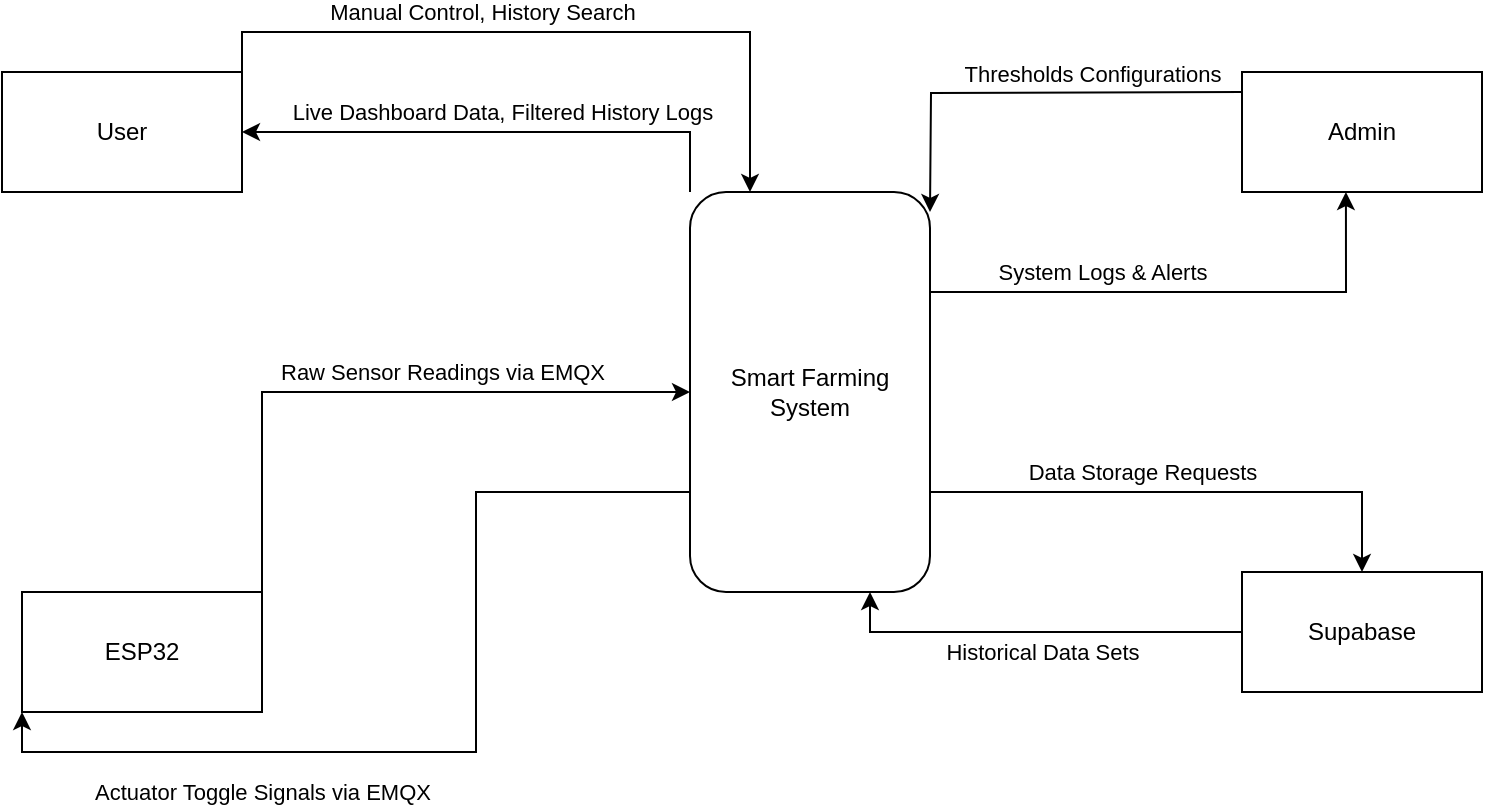
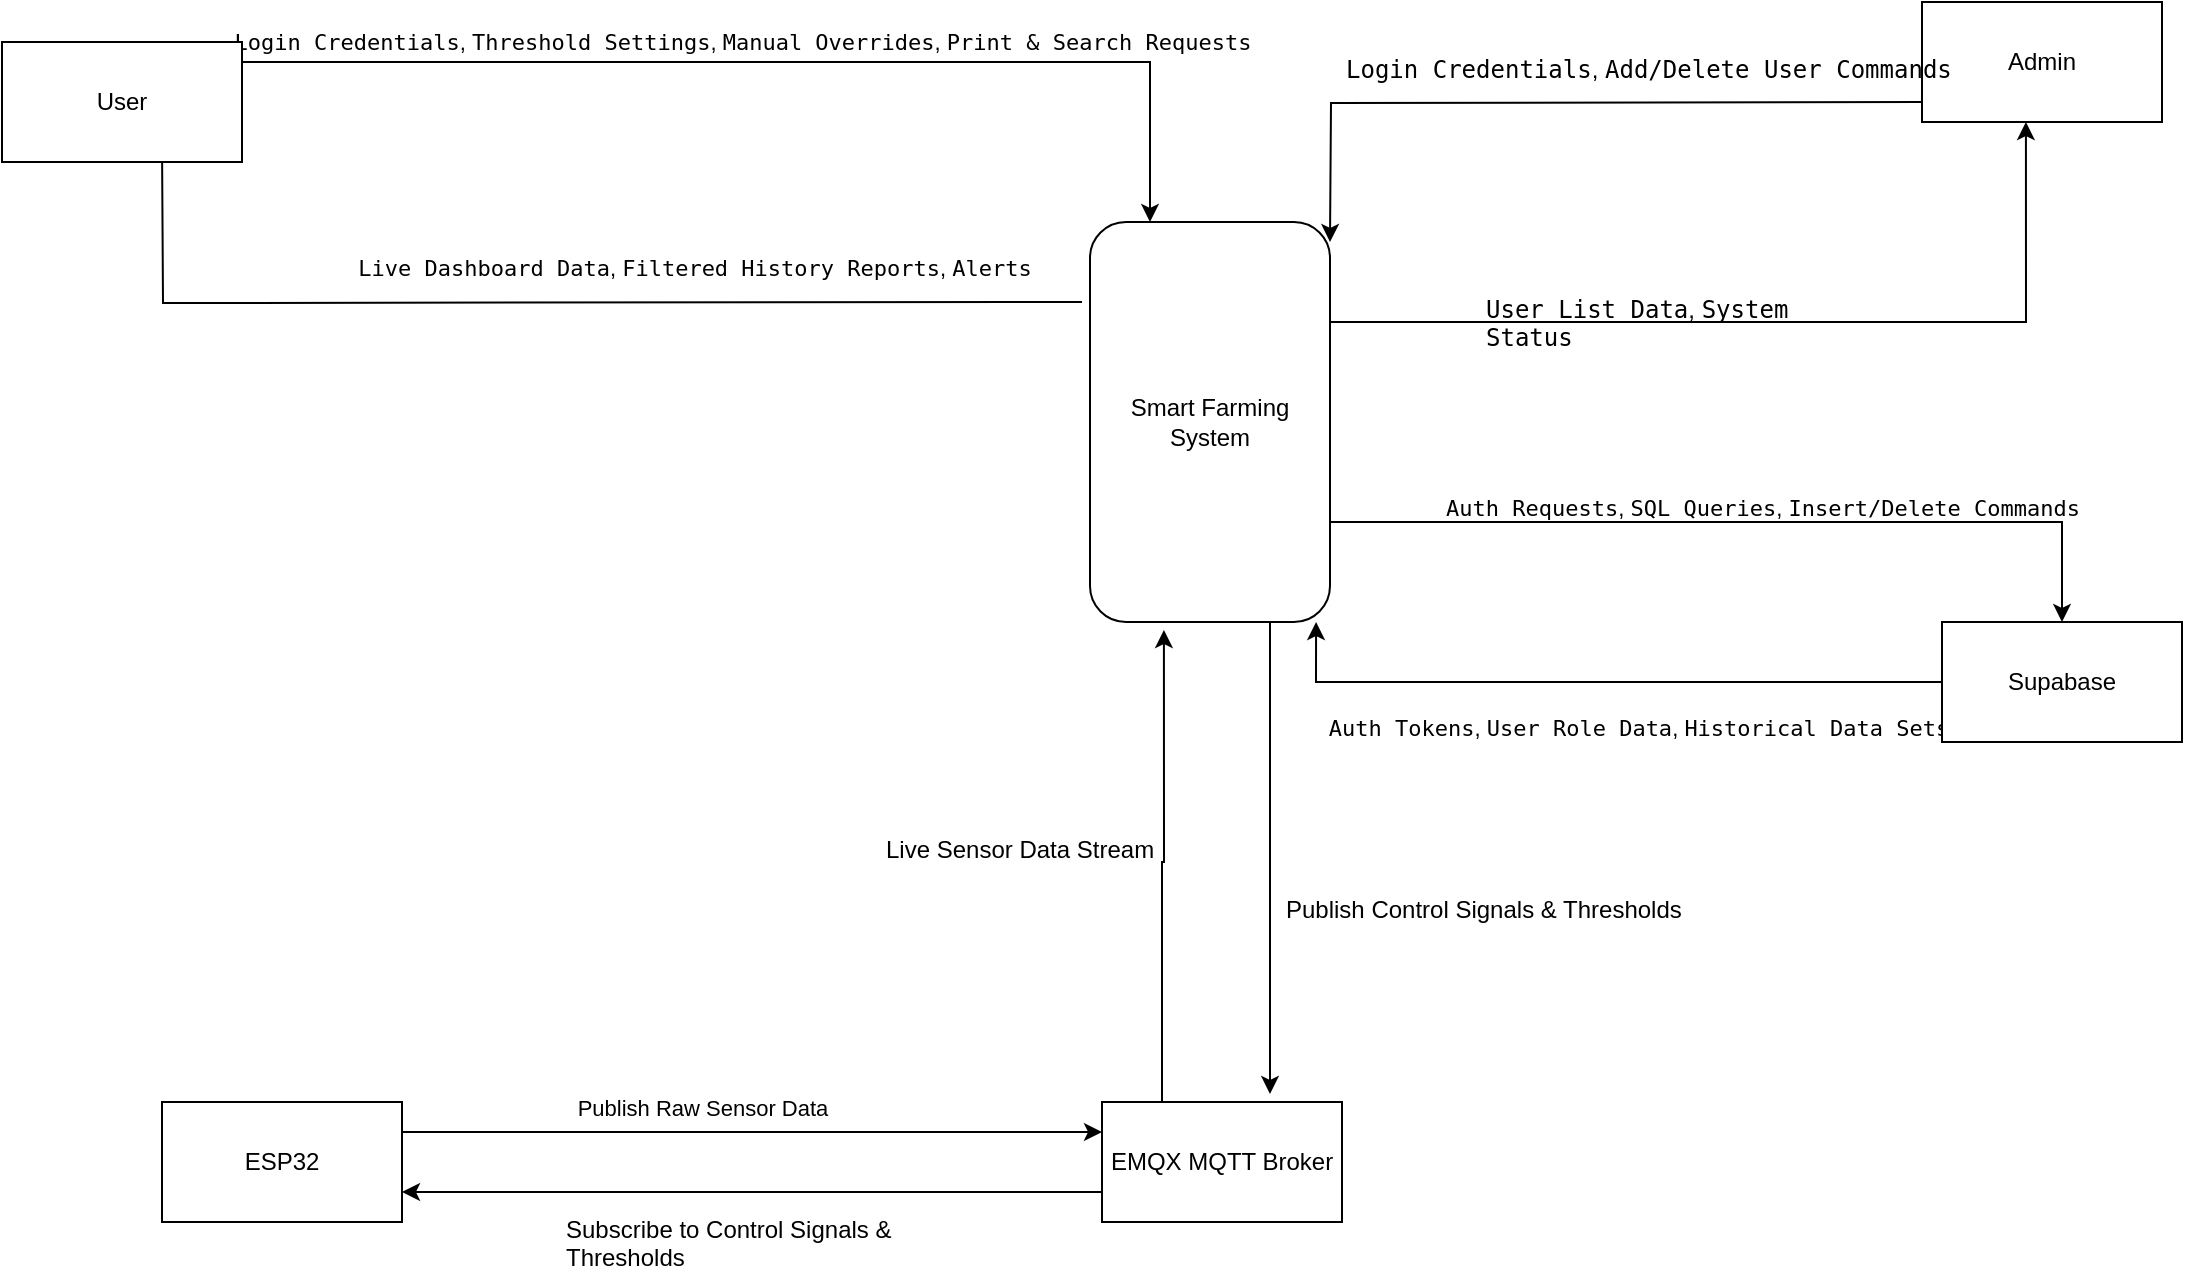
<mxfile host="app.diagrams.net">
  <diagram name="Page-1" id="sCEsYFMOjktbgnTE94UR">
-     <mxGraphModel dx="1414" dy="823" grid="1" gridSize="10" guides="1" tooltips="1" connect="1" arrows="1" fold="1" page="1" pageScale="1" pageWidth="827" pageHeight="1169" math="0" shadow="0">
+     <mxGraphModel dx="2241" dy="823" grid="1" gridSize="10" guides="1" tooltips="1" connect="1" arrows="1" fold="1" page="1" pageScale="1" pageWidth="827" pageHeight="1169" math="0" shadow="0">
      <root>
        <mxCell id="0" />
        <mxCell id="1" parent="0" />
-         <mxCell id="LlnEo-sMphmvMNvhuM7k-14" edge="1" parent="1" source="LlnEo-sMphmvMNvhuM7k-2" style="edgeStyle=orthogonalEdgeStyle;rounded=0;orthogonalLoop=1;jettySize=auto;html=1;exitX=0;exitY=0;exitDx=0;exitDy=0;entryX=1;entryY=0.5;entryDx=0;entryDy=0;" target="LlnEo-sMphmvMNvhuM7k-3">
-           <mxGeometry relative="1" as="geometry" />
-         </mxCell>
-         <mxCell id="LlnEo-sMphmvMNvhuM7k-17" connectable="0" parent="LlnEo-sMphmvMNvhuM7k-14" style="edgeLabel;html=1;align=center;verticalAlign=middle;resizable=0;points=[];" value="Live Dashboard Data, Filtered History Logs" vertex="1">
-           <mxGeometry relative="1" x="-0.3937" as="geometry">
-             <mxPoint x="-47" y="-10" as="offset" />
+         <mxCell id="LlnEo-sMphmvMNvhuM7k-14" edge="1" parent="1" style="edgeStyle=orthogonalEdgeStyle;rounded=0;orthogonalLoop=1;jettySize=auto;html=1;entryX=1;entryY=0.5;entryDx=0;entryDy=0;">
+           <mxGeometry relative="1" as="geometry">
+             <mxPoint x="350" y="310" as="sourcePoint" />
+             <mxPoint x="-110" y="230" as="targetPoint" />
          </mxGeometry>
        </mxCell>
-         <mxCell id="LlnEo-sMphmvMNvhuM7k-24" edge="1" parent="1" source="LlnEo-sMphmvMNvhuM7k-2" style="edgeStyle=orthogonalEdgeStyle;rounded=0;orthogonalLoop=1;jettySize=auto;html=1;exitX=0;exitY=0.75;exitDx=0;exitDy=0;entryX=0;entryY=1;entryDx=0;entryDy=0;" target="LlnEo-sMphmvMNvhuM7k-5">
-           <mxGeometry relative="1" as="geometry" />
-         </mxCell>
-         <mxCell id="LlnEo-sMphmvMNvhuM7k-25" connectable="0" parent="LlnEo-sMphmvMNvhuM7k-24" style="edgeLabel;html=1;align=center;verticalAlign=middle;resizable=0;points=[];" value="Actuator Toggle Signals via EMQX" vertex="1">
-           <mxGeometry relative="1" x="0.281" y="3" as="geometry">
-             <mxPoint x="-34" y="17" as="offset" />
+         <mxCell id="LlnEo-sMphmvMNvhuM7k-17" connectable="0" parent="LlnEo-sMphmvMNvhuM7k-14" style="edgeLabel;html=1;align=center;verticalAlign=middle;resizable=0;points=[];labelBackgroundColor=none;" value="&#xa;&lt;code data-path-to-node=&quot;7,1,0&quot; data-index-in-node=&quot;19&quot;&gt;Live Dashboard Data&lt;/code&gt;, &lt;code data-path-to-node=&quot;7,1,0&quot; data-index-in-node=&quot;40&quot;&gt;Filtered History Reports&lt;/code&gt;, &lt;code data-path-to-node=&quot;7,1,0&quot; data-index-in-node=&quot;66&quot;&gt;Alerts&lt;/code&gt;&#xa;&#xa;" vertex="1">
+           <mxGeometry relative="1" x="-0.3937" as="geometry">
+             <mxPoint x="-31" y="-10" as="offset" />
          </mxGeometry>
        </mxCell>
        <mxCell id="LlnEo-sMphmvMNvhuM7k-33" edge="1" parent="1" source="LlnEo-sMphmvMNvhuM7k-2" style="edgeStyle=orthogonalEdgeStyle;rounded=0;orthogonalLoop=1;jettySize=auto;html=1;exitX=1;exitY=0.75;exitDx=0;exitDy=0;entryX=0.5;entryY=0;entryDx=0;entryDy=0;" target="LlnEo-sMphmvMNvhuM7k-6">
          <mxGeometry relative="1" as="geometry" />
        </mxCell>
-         <mxCell id="LlnEo-sMphmvMNvhuM7k-34" connectable="0" parent="LlnEo-sMphmvMNvhuM7k-33" style="edgeLabel;html=1;align=center;verticalAlign=middle;resizable=0;points=[];" value="Data Storage Requests" vertex="1">
+         <mxCell id="LlnEo-sMphmvMNvhuM7k-34" connectable="0" parent="LlnEo-sMphmvMNvhuM7k-33" style="edgeLabel;html=1;align=center;verticalAlign=middle;resizable=0;points=[];labelBackgroundColor=none;" value="&#xa;&lt;code data-path-to-node=&quot;10,0,0&quot; data-index-in-node=&quot;21&quot;&gt;Auth Requests&lt;/code&gt;, &lt;code data-path-to-node=&quot;10,0,0&quot; data-index-in-node=&quot;36&quot;&gt;SQL Queries&lt;/code&gt;, &lt;code data-path-to-node=&quot;10,0,0&quot; data-index-in-node=&quot;49&quot;&gt;Insert/Delete Commands&lt;/code&gt;&#xa;&#xa;" vertex="1">
          <mxGeometry relative="1" x="-0.4062" y="2" as="geometry">
-             <mxPoint x="30" y="-8" as="offset" />
+             <mxPoint x="92" y="2" as="offset" />
          </mxGeometry>
        </mxCell>
        <mxCell id="LlnEo-sMphmvMNvhuM7k-2" parent="1" style="rounded=1;whiteSpace=wrap;html=1;" value="Smart Farming System" vertex="1">
          <mxGeometry height="200" width="120" x="354" y="270" as="geometry" />
        </mxCell>
        <mxCell id="LlnEo-sMphmvMNvhuM7k-12" edge="1" parent="1" source="LlnEo-sMphmvMNvhuM7k-3" style="edgeStyle=orthogonalEdgeStyle;rounded=0;orthogonalLoop=1;jettySize=auto;html=1;exitX=1;exitY=0;exitDx=0;exitDy=0;entryX=0.25;entryY=0;entryDx=0;entryDy=0;" target="LlnEo-sMphmvMNvhuM7k-2">
-           <mxGeometry relative="1" as="geometry" />
+           <mxGeometry relative="1" as="geometry">
+             <Array as="points">
+               <mxPoint x="-70" y="190" />
+               <mxPoint x="384" y="190" />
+             </Array>
+           </mxGeometry>
        </mxCell>
-         <mxCell id="LlnEo-sMphmvMNvhuM7k-13" connectable="0" parent="LlnEo-sMphmvMNvhuM7k-12" style="edgeLabel;html=1;align=center;verticalAlign=middle;resizable=0;points=[];" value="Manual Control, History Search" vertex="1">
+         <mxCell id="LlnEo-sMphmvMNvhuM7k-13" connectable="0" parent="LlnEo-sMphmvMNvhuM7k-12" style="edgeLabel;html=1;align=center;verticalAlign=middle;resizable=0;points=[];" value="&lt;code data-path-to-node=&quot;7,0,0&quot; data-index-in-node=&quot;24&quot;&gt;Login Credentials&lt;/code&gt;, &lt;code data-path-to-node=&quot;7,0,0&quot; data-index-in-node=&quot;43&quot;&gt;Threshold Settings&lt;/code&gt;, &lt;code data-path-to-node=&quot;7,0,0&quot; data-index-in-node=&quot;63&quot;&gt;Manual Overrides&lt;/code&gt;, &lt;code data-path-to-node=&quot;7,0,0&quot; data-index-in-node=&quot;81&quot;&gt;Print &amp;amp; Search Requests&lt;/code&gt;" vertex="1">
          <mxGeometry relative="1" x="-0.3672" y="3" as="geometry">
-             <mxPoint x="28" y="-7" as="offset" />
+             <mxPoint x="88" y="-7" as="offset" />
          </mxGeometry>
        </mxCell>
        <mxCell id="LlnEo-sMphmvMNvhuM7k-3" parent="1" style="rounded=0;whiteSpace=wrap;html=1;" value="User" vertex="1">
-           <mxGeometry height="60" width="120" x="10" y="210" as="geometry" />
+           <mxGeometry height="60" width="120" x="-190" y="180" as="geometry" />
        </mxCell>
-         <mxCell id="LlnEo-sMphmvMNvhuM7k-18" edge="1" parent="1" style="edgeStyle=orthogonalEdgeStyle;rounded=0;orthogonalLoop=1;jettySize=auto;html=1;exitX=0;exitY=0;exitDx=0;exitDy=0;entryX=1;entryY=0;entryDx=0;entryDy=0;">
+         <mxCell id="LlnEo-sMphmvMNvhuM7k-18" edge="1" parent="1" style="edgeStyle=orthogonalEdgeStyle;rounded=0;orthogonalLoop=1;jettySize=auto;html=1;entryX=1;entryY=0;entryDx=0;entryDy=0;">
          <mxGeometry relative="1" as="geometry">
-             <mxPoint x="630" y="220" as="sourcePoint" />
+             <mxPoint x="770" y="210" as="sourcePoint" />
            <mxPoint x="474" y="280" as="targetPoint" />
          </mxGeometry>
        </mxCell>
-         <mxCell id="LlnEo-sMphmvMNvhuM7k-19" connectable="0" parent="LlnEo-sMphmvMNvhuM7k-18" style="edgeLabel;html=1;align=center;verticalAlign=middle;resizable=0;points=[];" value="Thresholds Configurations" vertex="1">
-           <mxGeometry relative="1" x="0.2031" y="-3" as="geometry">
-             <mxPoint x="54" y="-7" as="offset" />
-           </mxGeometry>
+         <mxCell id="LlnEo-sMphmvMNvhuM7k-4" parent="1" style="rounded=0;whiteSpace=wrap;html=1;" value="Admin" vertex="1">
+           <mxGeometry height="60" width="120" x="770" y="160" as="geometry" />
        </mxCell>
-         <mxCell id="LlnEo-sMphmvMNvhuM7k-4" parent="1" style="rounded=0;whiteSpace=wrap;html=1;" value="Admin" vertex="1">
-           <mxGeometry height="60" width="120" x="630" y="210" as="geometry" />
-         </mxCell>
-         <mxCell id="LlnEo-sMphmvMNvhuM7k-22" edge="1" parent="1" source="LlnEo-sMphmvMNvhuM7k-5" style="edgeStyle=orthogonalEdgeStyle;rounded=0;orthogonalLoop=1;jettySize=auto;html=1;exitX=1;exitY=0;exitDx=0;exitDy=0;" target="LlnEo-sMphmvMNvhuM7k-2">
-           <mxGeometry relative="1" as="geometry" />
-         </mxCell>
-         <mxCell id="LlnEo-sMphmvMNvhuM7k-23" connectable="0" parent="LlnEo-sMphmvMNvhuM7k-22" style="edgeLabel;html=1;align=center;verticalAlign=middle;resizable=0;points=[];" value="Raw Sensor Readings via EMQX" vertex="1">
-           <mxGeometry relative="1" x="-0.0446" y="1" as="geometry">
-             <mxPoint x="40" y="-9" as="offset" />
+         <mxCell id="aqQW5hXwmNJmYjHlGQAn-10" edge="1" parent="1" source="LlnEo-sMphmvMNvhuM7k-5" style="edgeStyle=orthogonalEdgeStyle;rounded=0;orthogonalLoop=1;jettySize=auto;html=1;exitX=1;exitY=0.25;exitDx=0;exitDy=0;entryX=0;entryY=0.25;entryDx=0;entryDy=0;labelBackgroundColor=none;" target="aqQW5hXwmNJmYjHlGQAn-4" value="&#xa;Publish Raw Sensor Data&#xa;&#xa;">
+           <mxGeometry relative="1" x="-0.1429" y="5" as="geometry">
+             <mxPoint as="offset" />
          </mxGeometry>
        </mxCell>
        <mxCell id="LlnEo-sMphmvMNvhuM7k-5" parent="1" style="rounded=0;whiteSpace=wrap;html=1;" value="ESP32" vertex="1">
-           <mxGeometry height="60" width="120" x="20" y="470" as="geometry" />
+           <mxGeometry height="60" width="120" x="-110" y="710" as="geometry" />
        </mxCell>
-         <mxCell id="LlnEo-sMphmvMNvhuM7k-29" edge="1" parent="1" source="LlnEo-sMphmvMNvhuM7k-6" style="edgeStyle=orthogonalEdgeStyle;rounded=0;orthogonalLoop=1;jettySize=auto;html=1;entryX=0.75;entryY=1;entryDx=0;entryDy=0;" target="LlnEo-sMphmvMNvhuM7k-2">
+         <mxCell id="LlnEo-sMphmvMNvhuM7k-29" edge="1" parent="1" source="LlnEo-sMphmvMNvhuM7k-6" style="edgeStyle=orthogonalEdgeStyle;rounded=0;orthogonalLoop=1;jettySize=auto;html=1;entryX=0.942;entryY=1;entryDx=0;entryDy=0;entryPerimeter=0;" target="LlnEo-sMphmvMNvhuM7k-2">
          <mxGeometry relative="1" as="geometry" />
        </mxCell>
-         <mxCell id="LlnEo-sMphmvMNvhuM7k-30" connectable="0" parent="LlnEo-sMphmvMNvhuM7k-29" style="edgeLabel;html=1;align=center;verticalAlign=middle;resizable=0;points=[];" value="Historical Data Sets" vertex="1">
+         <mxCell id="LlnEo-sMphmvMNvhuM7k-30" connectable="0" parent="LlnEo-sMphmvMNvhuM7k-29" style="edgeLabel;html=1;align=center;verticalAlign=middle;resizable=0;points=[];labelBackgroundColor=none;" value="&#xa;&lt;code data-path-to-node=&quot;10,1,0&quot; data-index-in-node=&quot;22&quot;&gt;Auth Tokens&lt;/code&gt;, &lt;code data-path-to-node=&quot;10,1,0&quot; data-index-in-node=&quot;35&quot;&gt;User Role Data&lt;/code&gt;, &lt;code data-path-to-node=&quot;10,1,0&quot; data-index-in-node=&quot;51&quot;&gt;Historical Data Sets&lt;/code&gt;&#xa;&#xa;" vertex="1">
          <mxGeometry relative="1" x="0.5243" y="3" as="geometry">
-             <mxPoint x="57" y="7" as="offset" />
+             <mxPoint x="109" y="27" as="offset" />
          </mxGeometry>
        </mxCell>
        <mxCell id="LlnEo-sMphmvMNvhuM7k-6" parent="1" style="rounded=0;whiteSpace=wrap;html=1;" value="Supabase" vertex="1">
-           <mxGeometry height="60" width="120" x="630" y="460" as="geometry" />
+           <mxGeometry height="60" width="120" x="780" y="470" as="geometry" />
        </mxCell>
        <mxCell id="LlnEo-sMphmvMNvhuM7k-20" edge="1" parent="1" source="LlnEo-sMphmvMNvhuM7k-2" style="edgeStyle=orthogonalEdgeStyle;rounded=0;orthogonalLoop=1;jettySize=auto;html=1;exitX=1;exitY=0.25;exitDx=0;exitDy=0;entryX=0.433;entryY=1;entryDx=0;entryDy=0;entryPerimeter=0;" target="LlnEo-sMphmvMNvhuM7k-4">
          <mxGeometry relative="1" as="geometry" />
        </mxCell>
-         <mxCell id="LlnEo-sMphmvMNvhuM7k-21" connectable="0" parent="LlnEo-sMphmvMNvhuM7k-20" style="edgeLabel;html=1;align=center;verticalAlign=middle;resizable=0;points=[];" value="System Logs &amp;amp; Alerts" vertex="1">
-           <mxGeometry relative="1" x="-0.6124" y="-1" as="geometry">
-             <mxPoint x="36" y="-11" as="offset" />
-           </mxGeometry>
+         <mxCell id="aqQW5hXwmNJmYjHlGQAn-2" parent="1" style="text;whiteSpace=wrap;html=1;" value="&lt;code data-path-to-node=&quot;4,2,0&quot; data-index-in-node=&quot;20&quot;&gt;User List Data&lt;/code&gt;, &lt;code data-path-to-node=&quot;4,2,0&quot; data-index-in-node=&quot;36&quot;&gt;System Status&lt;/code&gt;" vertex="1">
+           <mxGeometry height="20" width="190" x="550" y="300" as="geometry" />
+         </mxCell>
+         <mxCell id="aqQW5hXwmNJmYjHlGQAn-3" parent="1" style="text;whiteSpace=wrap;html=1;" value="&lt;code data-path-to-node=&quot;4,1,0&quot; data-index-in-node=&quot;13&quot;&gt;Login Credentials&lt;/code&gt;, &lt;code data-path-to-node=&quot;4,1,0&quot; data-index-in-node=&quot;32&quot;&gt;Add/Delete User Commands&lt;/code&gt;" vertex="1">
+           <mxGeometry height="40" width="310" x="480" y="180" as="geometry" />
+         </mxCell>
+         <mxCell id="aqQW5hXwmNJmYjHlGQAn-11" edge="1" parent="1" source="aqQW5hXwmNJmYjHlGQAn-4" style="edgeStyle=orthogonalEdgeStyle;rounded=0;orthogonalLoop=1;jettySize=auto;html=1;exitX=0;exitY=0.75;exitDx=0;exitDy=0;entryX=1;entryY=0.75;entryDx=0;entryDy=0;" target="LlnEo-sMphmvMNvhuM7k-5">
+           <mxGeometry relative="1" as="geometry" />
+         </mxCell>
+         <mxCell id="aqQW5hXwmNJmYjHlGQAn-4" parent="1" style="rounded=0;whiteSpace=wrap;html=1;" value="EMQX MQTT Broker" vertex="1">
+           <mxGeometry height="60" width="120" x="360" y="710" as="geometry" />
+         </mxCell>
+         <mxCell id="aqQW5hXwmNJmYjHlGQAn-5" edge="1" parent="1" source="LlnEo-sMphmvMNvhuM7k-2" style="edgeStyle=orthogonalEdgeStyle;rounded=0;orthogonalLoop=1;jettySize=auto;html=1;exitX=0.75;exitY=1;exitDx=0;exitDy=0;entryX=0.7;entryY=-0.067;entryDx=0;entryDy=0;entryPerimeter=0;" target="aqQW5hXwmNJmYjHlGQAn-4">
+           <mxGeometry relative="1" as="geometry" />
+         </mxCell>
+         <mxCell id="aqQW5hXwmNJmYjHlGQAn-7" edge="1" parent="1" source="aqQW5hXwmNJmYjHlGQAn-4" style="edgeStyle=orthogonalEdgeStyle;rounded=0;orthogonalLoop=1;jettySize=auto;html=1;exitX=0.25;exitY=0;exitDx=0;exitDy=0;entryX=0.308;entryY=1.02;entryDx=0;entryDy=0;entryPerimeter=0;" target="LlnEo-sMphmvMNvhuM7k-2">
+           <mxGeometry relative="1" as="geometry" />
+         </mxCell>
+         <mxCell id="aqQW5hXwmNJmYjHlGQAn-8" parent="1" style="text;whiteSpace=wrap;html=1;" value="Publish Control Signals &amp;amp; Thresholds" vertex="1">
+           <mxGeometry height="40" width="230" x="450" y="600" as="geometry" />
+         </mxCell>
+         <mxCell id="aqQW5hXwmNJmYjHlGQAn-9" parent="1" style="text;whiteSpace=wrap;html=1;" value="Live Sensor Data Stream" vertex="1">
+           <mxGeometry height="40" width="170" x="250" y="570" as="geometry" />
+         </mxCell>
+         <mxCell id="aqQW5hXwmNJmYjHlGQAn-12" parent="1" style="text;whiteSpace=wrap;html=1;" value="Subscribe to Control Signals &amp;amp; Thresholds" vertex="1">
+           <mxGeometry height="40" width="170" x="90" y="760" as="geometry" />
        </mxCell>
      </root>
    </mxGraphModel>
  </diagram>
</mxfile>
